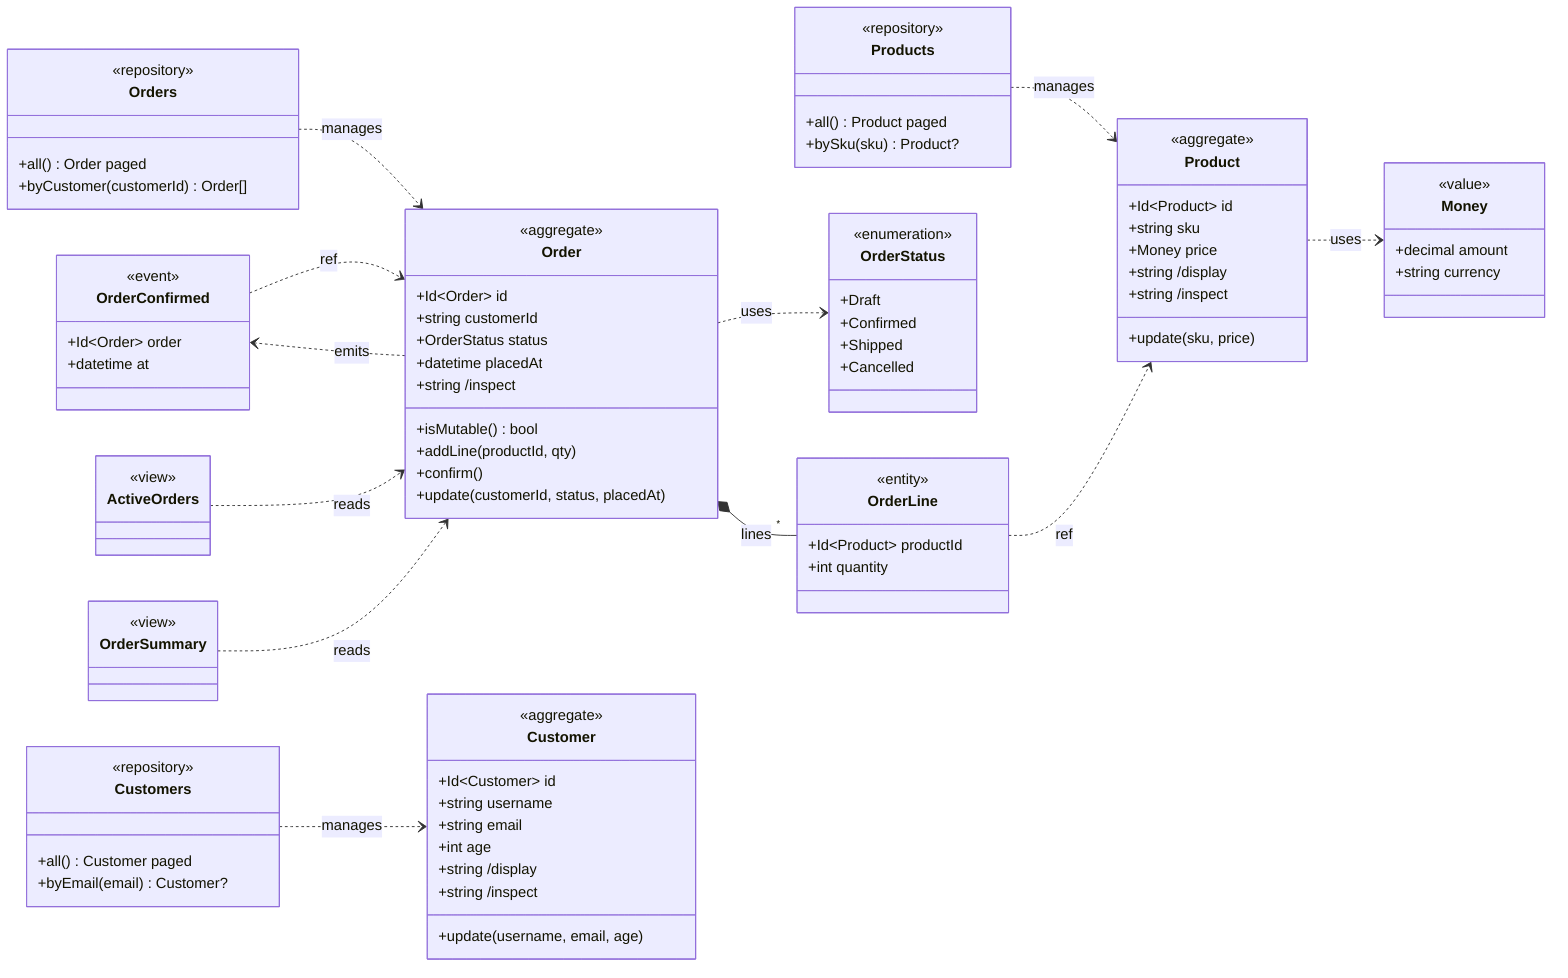
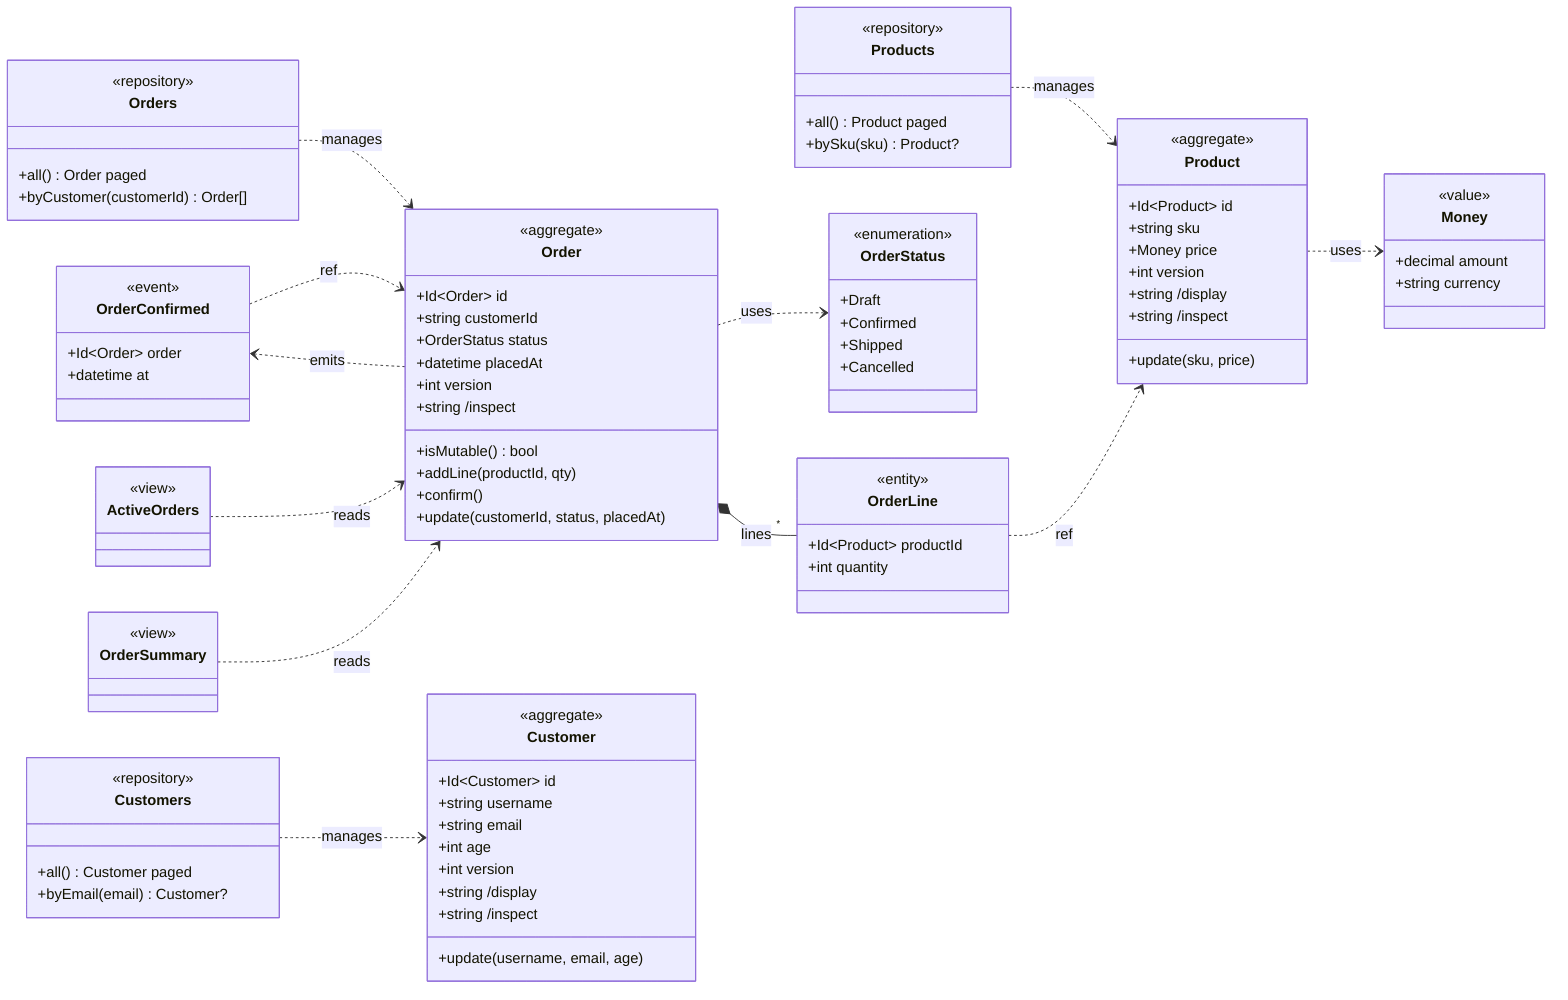
%% Loom domain diagram — generated from the IR, do not edit by hand.
%% System: Acme
classDiagram
  direction LR
  %% Catalog / Products
  class Money {
    <<value>>
    +decimal amount
    +string currency
  }
  class Product {
    <<aggregate>>
    +Id~Product~ id
    +string sku
    +Money price
+     +int version
    +string /display
    +string /inspect
    +update(sku, price)
  }
  class Products {
    <<repository>>
    +all() Product paged
    +bySku(sku) Product?
  }
  %% Sales / Orders
  class OrderStatus {
    <<enumeration>>
    +Draft
    +Confirmed
    +Shipped
    +Cancelled
  }
  class OrderConfirmed {
    <<event>>
    +Id~Order~ order
    +datetime at
  }
  class Order {
    <<aggregate>>
    +Id~Order~ id
    +string customerId
    +OrderStatus status
    +datetime placedAt
+     +int version
    +string /inspect
    +isMutable() bool
    +addLine(productId, qty)
    +confirm()
    +update(customerId, status, placedAt)
  }
  class OrderLine {
    <<entity>>
    +Id~Product~ productId
    +int quantity
  }
  class Orders {
    <<repository>>
    +all() Order paged
    +byCustomer(customerId) Order[]
  }
  class ActiveOrders {
    <<view>>
  }
  class OrderSummary {
    <<view>>
  }
  %% CustomerMgmt / Customers
  class Customer {
    <<aggregate>>
    +Id~Customer~ id
    +string username
    +string email
    +int age
+     +int version
    +string /display
    +string /inspect
    +update(username, email, age)
  }
  class Customers {
    <<repository>>
    +all() Customer paged
    +byEmail(email) Customer?
  }
  Product ..> Money : uses
  Products ..> Product : manages
  OrderConfirmed ..> Order : ref
  Order ..> OrderStatus : uses
  Order *-- "*" OrderLine : lines
  Order ..> OrderConfirmed : emits
  OrderLine ..> Product : ref
  Orders ..> Order : manages
  ActiveOrders ..> Order : reads
  OrderSummary ..> Order : reads
  Customers ..> Customer : manages
